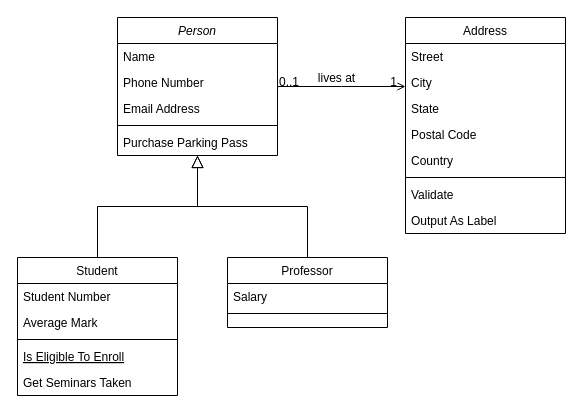
Before: Untitled Diagram.drawio in WrightTrae/jq, a draw.io diagram. Source tidied: cells renumbered, new cells numbered last; positions are measured from the earlier drawing's top-left corner, leaving out a move shared by most shapes. Both pictures are drawn from the tidied source at 100%, with x=0, y=0 at pixel (17, 17).
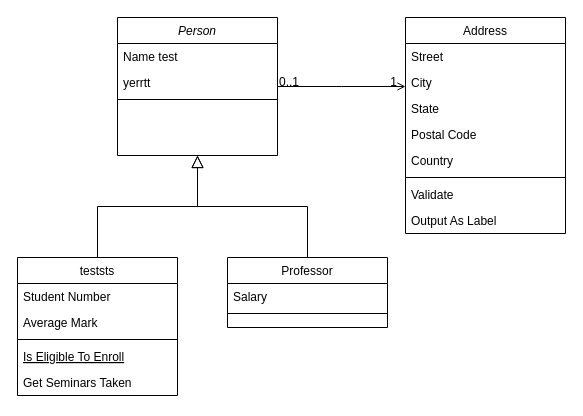
After the change.

The change refers to these unchanged cells:
```xml
<mxCell id="2" value="Person" style="swimlane;fontStyle=2;align=center;verticalAlign=top;horizontal=1;startSize=26;rounded=0;shadow=0;strokeWidth=1;" parent="1" vertex="1">
  <mxGeometry x="100" width="160" height="138" as="geometry" />
</mxCell>
<mxCell id="28" style="endArrow=open;shadow=0;strokeWidth=1;rounded=0;endFill=1;edgeStyle=elbowEdgeStyle;elbow=vertical;" parent="1" edge="1" source="2" target="19">
  <mxGeometry x="0.5" y="41" relative="1" as="geometry">
    <mxPoint x="-40" y="32" as="offset" />
  </mxGeometry>
</mxCell>
```

Diff of the diagram source:
```diff
@@
-    <mxCell id="3" value="Name" style="text;align=left;verticalAlign=top;spacingLeft=4;spacingRight=4;overflow=hidden;" parent="2" vertex="1">
+    <mxCell id="3" value="Name test" style="text;align=left;verticalAlign=top;spacingLeft=4;spacingRight=4;overflow=hidden;" parent="2" vertex="1">
       <mxGeometry y="26" width="160" height="26" as="geometry" />
     </mxCell>
-    <mxCell id="4" value="Phone Number" style="text;align=left;verticalAlign=top;spacingLeft=4;spacingRight=4;overflow=hidden;rounded=0;shadow=0;html=0;" parent="2" vertex="1">
+    <mxCell id="4" value="yerrtt" style="text;align=left;verticalAlign=top;spacingLeft=4;spacingRight=4;overflow=hidden;rounded=0;shadow=0;html=0;" parent="2" vertex="1">
       <mxGeometry y="52" width="160" height="26" as="geometry" />
     </mxCell>
-    <mxCell id="5" value="Email Address" style="text;align=left;verticalAlign=top;spacingLeft=4;spacingRight=4;overflow=hidden;rounded=0;shadow=0;html=0;" parent="2" vertex="1">
-      <mxGeometry y="78" width="160" height="26" as="geometry" />
-    </mxCell>
     <mxCell id="6" style="line;html=1;strokeWidth=1;align=left;verticalAlign=middle;spacingTop=-1;spacingLeft=3;spacingRight=3;labelPosition=right;" parent="2" vertex="1">
-      <mxGeometry y="104" width="160" height="8" as="geometry" />
+      <mxGeometry y="78" width="160" height="8" as="geometry" />
     </mxCell>
-    <mxCell id="7" value="Purchase Parking Pass" style="text;align=left;verticalAlign=top;spacingLeft=4;spacingRight=4;overflow=hidden;" parent="2" vertex="1">
-      <mxGeometry y="112" width="160" height="26" as="geometry" />
-    </mxCell>
-    <mxCell id="8" value="Student" style="swimlane;fontStyle=0;align=center;verticalAlign=top;horizontal=1;startSize=26;rounded=0;shadow=0;strokeWidth=1;" parent="1" vertex="1">
+    <mxCell id="8" value="teststs" style="swimlane;fontStyle=0;align=center;verticalAlign=top;horizontal=1;startSize=26;rounded=0;shadow=0;strokeWidth=1;" parent="1" vertex="1">
       <mxGeometry y="240" width="160" height="138" as="geometry" />
     </mxCell>
@@
-    <mxCell id="31" value="lives at" style="text;html=1;align=center;verticalAlign=middle;labelBackgroundColor=none;rounded=0;shadow=0;strokeWidth=1;fontSize=12;" parent="28" vertex="1">
-      <mxGeometry x="0.5" y="49" relative="1" as="geometry">
-        <mxPoint x="-38" y="40" as="offset" />
-      </mxGeometry>
-    </mxCell>
```
